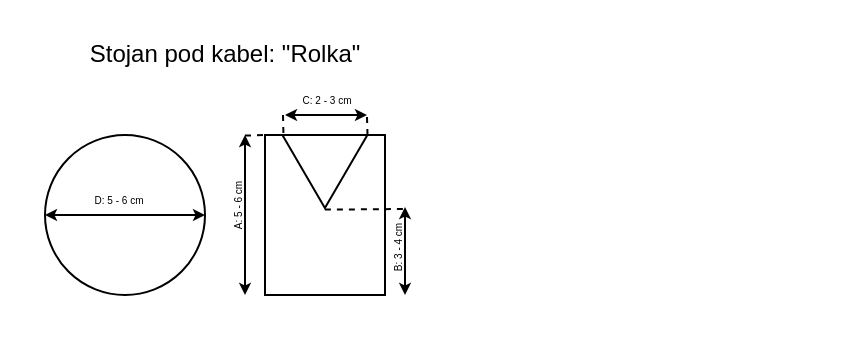
maniac0r/audio keeps this draw.io diagram as Cable_Elevator.drawio. Above is the earlier version. Source tidied: cells renumbered, new cells numbered last; positions are measured from the earlier drawing's top-left corner, leaving out a move shared by most shapes. Both pictures are drawn from the tidied source at 200%, with x=0, y=0 at pixel (44, 34).
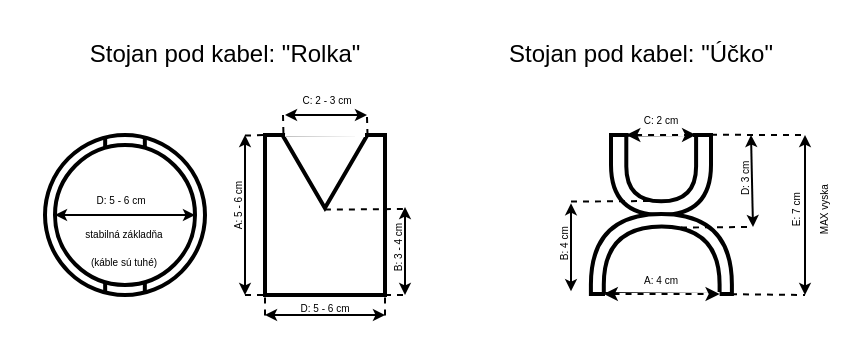
The same diagram, later.

What changed in the source:
```diff
@@
-    <mxCell id="2" style="ellipse;whiteSpace=wrap;html=1;" parent="1" vertex="1">
+    <mxCell id="2" value="&lt;font style=&quot;font-size: 5px&quot;&gt;&lt;br&gt;&lt;br&gt;stabilná základňa&lt;br&gt;&lt;/font&gt;&lt;font style=&quot;font-size: 5px&quot;&gt;(káble sú tuhé)&lt;/font&gt;" style="ellipse;whiteSpace=wrap;html=1;strokeWidth=2;" parent="1" vertex="1">
       <mxGeometry y="50" width="80" height="80" as="geometry" />
     </mxCell>
-    <mxCell id="3" style="rounded=0;whiteSpace=wrap;html=1;" parent="1" vertex="1">
+    <mxCell id="3" style="rounded=0;whiteSpace=wrap;html=1;strokeWidth=2;" parent="1" vertex="1">
       <mxGeometry x="110" y="50" width="60" height="80" as="geometry" />
     </mxCell>
-    <mxCell id="4" style="triangle;whiteSpace=wrap;html=1;rotation=90;" parent="1" vertex="1">
+    <mxCell id="4" style="triangle;whiteSpace=wrap;html=1;rotation=90;strokeWidth=2;" parent="1" vertex="1">
       <mxGeometry x="121.7" y="47" width="36.5" height="42.5" as="geometry" />
     </mxCell>
@@
-    <mxCell id="16" style="endArrow=classic;startArrow=classic;html=1;endSize=3;startSize=3;entryX=0;entryY=0.5;entryDx=0;entryDy=0;exitX=1;exitY=0.5;exitDx=0;exitDy=0;" parent="1" edge="1" source="2" target="2">
+    <mxCell id="16" style="endArrow=classic;startArrow=classic;html=1;endSize=3;startSize=3;exitX=1;exitY=0.5;exitDx=0;exitDy=0;entryX=0;entryY=0.5;entryDx=0;entryDy=0;" parent="1" edge="1" source="34" target="34">
       <mxGeometry relative="1" as="geometry" />
     </mxCell>
@@
+    <mxCell id="18" style="shape=delay;whiteSpace=wrap;html=1;rotation=90;strokeWidth=2;" parent="1" vertex="1">
+      <mxGeometry x="288" y="45" width="40" height="50" as="geometry" />
+    </mxCell>
+    <mxCell id="19" style="shape=delay;whiteSpace=wrap;html=1;rotation=-90;strokeWidth=2;" parent="1" vertex="1">
+      <mxGeometry x="288.2" y="74.3" width="40" height="70.5" as="geometry" />
+    </mxCell>
+    <mxCell id="20" style="shape=delay;whiteSpace=wrap;html=1;rotation=90;strokeWidth=2;" parent="1" vertex="1">
+      <mxGeometry x="291.5" y="49.1" width="33.2" height="34.9" as="geometry" />
+    </mxCell>
+    <mxCell id="21" style="shape=delay;whiteSpace=wrap;html=1;rotation=-90;strokeWidth=2;" parent="1" vertex="1">
+      <mxGeometry x="291.5" y="83.7" width="33.7" height="57.9" as="geometry" />
+    </mxCell>
+    <mxCell id="22" style="endArrow=none;dashed=1;html=1;exitX=1.022;exitY=0.5;exitDx=0;exitDy=0;exitPerimeter=0;" parent="1" edge="1">
+      <mxGeometry relative="1" as="geometry">
+        <mxPoint x="263" y="83.3" as="sourcePoint" />
+        <mxPoint x="303" y="83" as="targetPoint" />
+      </mxGeometry>
+    </mxCell>
+    <mxCell id="23" style="endArrow=classic;startArrow=classic;html=1;endSize=3;startSize=3;" parent="1" edge="1">
+      <mxGeometry relative="1" as="geometry">
+        <mxPoint x="263" y="128.1" as="sourcePoint" />
+        <mxPoint x="263" y="84.1" as="targetPoint" />
+      </mxGeometry>
+    </mxCell>
+    <mxCell id="24" value="&lt;font style=&quot;font-size: 5px&quot;&gt;B: 4 cm&lt;/font&gt;" style="edgeLabel;html=1;align=center;verticalAlign=middle;rotation=-90;labelBackgroundColor=none;" parent="23" vertex="1">
+      <mxGeometry x="0.14" relative="1" as="geometry">
+        <mxPoint x="-6" y="3" as="offset" />
+      </mxGeometry>
+    </mxCell>
+    <mxCell id="25" style="endArrow=classic;startArrow=classic;html=1;endSize=3;startSize=3;" parent="1" edge="1">
+      <mxGeometry relative="1" as="geometry">
+        <mxPoint x="354" y="96" as="sourcePoint" />
+        <mxPoint x="353" y="50" as="targetPoint" />
+      </mxGeometry>
+    </mxCell>
+    <mxCell id="26" value="&lt;font style=&quot;font-size: 5px&quot;&gt;D: 3 cm&lt;/font&gt;" style="edgeLabel;html=1;align=center;verticalAlign=middle;rotation=-90;labelBackgroundColor=none;" parent="25" vertex="1">
+      <mxGeometry x="0.14" relative="1" as="geometry">
+        <mxPoint x="-6" y="3" as="offset" />
+      </mxGeometry>
+    </mxCell>
+    <mxCell id="27" style="endArrow=none;dashed=1;html=1;exitX=1.022;exitY=0.5;exitDx=0;exitDy=0;exitPerimeter=0;" parent="1" edge="1">
+      <mxGeometry relative="1" as="geometry">
+        <mxPoint x="312" y="96.3" as="sourcePoint" />
+        <mxPoint x="352" y="96" as="targetPoint" />
+      </mxGeometry>
+    </mxCell>
+    <mxCell id="28" value="Stojan pod kabel: &quot;Účko&quot;" style="text;html=1;align=center;verticalAlign=middle;fillColor=none;strokeColor=none;rounded=0;labelBackgroundColor=none;" parent="1" vertex="1">
+      <mxGeometry x="223" width="150" height="20" as="geometry" />
+    </mxCell>
+    <mxCell id="29" style="endArrow=none;dashed=1;html=1;exitX=1.022;exitY=0.5;exitDx=0;exitDy=0;exitPerimeter=0;" parent="1" edge="1">
+      <mxGeometry relative="1" as="geometry">
+        <mxPoint x="333" y="49.9" as="sourcePoint" />
+        <mxPoint x="380" y="50" as="targetPoint" />
+      </mxGeometry>
+    </mxCell>
+    <mxCell id="30" style="endArrow=none;dashed=1;html=1;exitX=1.022;exitY=0.5;exitDx=0;exitDy=0;exitPerimeter=0;" parent="1" edge="1">
+      <mxGeometry relative="1" as="geometry">
+        <mxPoint x="343" y="129.6" as="sourcePoint" />
+        <mxPoint x="380" y="130" as="targetPoint" />
+      </mxGeometry>
+    </mxCell>
+    <mxCell id="31" style="endArrow=classic;startArrow=classic;html=1;endSize=3;startSize=3;" parent="1" edge="1">
+      <mxGeometry relative="1" as="geometry">
+        <mxPoint x="380" y="130" as="sourcePoint" />
+        <mxPoint x="380" y="50" as="targetPoint" />
+      </mxGeometry>
+    </mxCell>
+    <mxCell id="32" value="&lt;font style=&quot;font-size: 5px&quot;&gt;E: 7 cm&lt;br&gt;MAX vyska&lt;br&gt;&lt;/font&gt;" style="edgeLabel;html=1;align=center;verticalAlign=middle;rotation=-90;labelBackgroundColor=none;" parent="31" vertex="1">
+      <mxGeometry x="0.14" relative="1" as="geometry">
+        <mxPoint y="5.1" as="offset" />
+      </mxGeometry>
+    </mxCell>
+    <mxCell id="33" style="endArrow=none;dashed=1;html=1;entryX=0;entryY=1;entryDx=0;entryDy=0;" parent="1" edge="1" target="3">
+      <mxGeometry relative="1" as="geometry">
+        <mxPoint x="100" y="130" as="sourcePoint" />
+      </mxGeometry>
+    </mxCell>
+    <mxCell id="34" style="ellipse;whiteSpace=wrap;html=1;fillColor=none;strokeWidth=2;" parent="1" vertex="1">
+      <mxGeometry x="5" y="55" width="70" height="70" as="geometry" />
+    </mxCell>
+    <mxCell id="35" style="edgeStyle=orthogonalEdgeStyle;rounded=0;orthogonalLoop=1;jettySize=auto;html=1;exitX=0.5;exitY=0;exitDx=0;exitDy=0;entryX=0.5;entryY=0;entryDx=0;entryDy=0;shape=link;width=18.837209302325583;strokeWidth=2;" parent="1" edge="1">
+      <mxGeometry relative="1" as="geometry">
+        <mxPoint x="40" y="129" as="sourcePoint" />
+        <mxPoint x="40" y="124" as="targetPoint" />
+      </mxGeometry>
+    </mxCell>
+    <mxCell id="36" style="edgeStyle=orthogonalEdgeStyle;rounded=0;orthogonalLoop=1;jettySize=auto;html=1;exitX=0.5;exitY=0;exitDx=0;exitDy=0;entryX=0.5;entryY=0;entryDx=0;entryDy=0;shape=link;width=18.837209302325583;strokeWidth=2;" parent="1" edge="1">
+      <mxGeometry relative="1" as="geometry">
+        <mxPoint x="40" y="56" as="sourcePoint" />
+        <mxPoint x="40" y="51" as="targetPoint" />
+      </mxGeometry>
+    </mxCell>
+    <mxCell id="37" style="endArrow=classic;startArrow=classic;html=1;endSize=3;startSize=3;" parent="1" edge="1">
+      <mxGeometry relative="1" as="geometry">
+        <mxPoint x="170" y="140" as="sourcePoint" />
+        <mxPoint x="110" y="140" as="targetPoint" />
+      </mxGeometry>
+    </mxCell>
+    <mxCell id="38" value="&lt;font style=&quot;font-size: 5px&quot;&gt;D: 5 - 6 cm&lt;/font&gt;" style="edgeLabel;html=1;align=center;verticalAlign=middle;rotation=0;labelBackgroundColor=none;" parent="37" vertex="1">
+      <mxGeometry x="0.14" relative="1" as="geometry">
+        <mxPoint x="3.4" y="-6" as="offset" />
+      </mxGeometry>
+    </mxCell>
+    <mxCell id="39" style="endArrow=none;dashed=1;html=1;entryX=0;entryY=1;entryDx=0;entryDy=0;" parent="1" edge="1" target="3">
+      <mxGeometry relative="1" as="geometry">
+        <mxPoint x="110" y="140.2" as="sourcePoint" />
+      </mxGeometry>
+    </mxCell>
+    <mxCell id="40" style="endArrow=none;dashed=1;html=1;entryX=0;entryY=1;entryDx=0;entryDy=0;" parent="1" edge="1">
+      <mxGeometry relative="1" as="geometry">
+        <mxPoint x="170" y="140.2" as="sourcePoint" />
+        <mxPoint x="170" y="130" as="targetPoint" />
+      </mxGeometry>
+    </mxCell>
+    <mxCell id="41" style="endArrow=none;dashed=1;html=1;entryX=0;entryY=1;entryDx=0;entryDy=0;" parent="1" edge="1">
+      <mxGeometry relative="1" as="geometry">
+        <mxPoint x="170" y="130" as="sourcePoint" />
+        <mxPoint x="180" y="130" as="targetPoint" />
+      </mxGeometry>
+    </mxCell>
+    <mxCell id="42" style="endArrow=none;html=1;strokeWidth=2;exitX=-0.005;exitY=0.969;exitDx=0;exitDy=0;exitPerimeter=0;strokeColor=#FFFFFF;" parent="1" edge="1" source="4">
+      <mxGeometry relative="1" as="geometry">
+        <mxPoint x="160" y="50" as="targetPoint" />
+      </mxGeometry>
+    </mxCell>
+    <mxCell id="43" style="endArrow=none;html=1;strokeColor=#FFFFFF;strokeWidth=2;exitX=-0.006;exitY=0.966;exitDx=0;exitDy=0;exitPerimeter=0;" parent="1" edge="1" source="20">
+      <mxGeometry relative="1" as="geometry">
+        <mxPoint x="324" y="50" as="targetPoint" />
+      </mxGeometry>
+    </mxCell>
+    <mxCell id="44" style="endArrow=classic;startArrow=classic;html=1;exitX=0;exitY=1;exitDx=0;exitDy=0;endSize=4;startSize=4;entryX=0;entryY=0;entryDx=0;entryDy=0;dashed=1;" parent="1" edge="1" source="20" target="20">
+      <mxGeometry relative="1" as="geometry" />
+    </mxCell>
+    <mxCell id="45" value="&lt;font style=&quot;font-size: 5px&quot;&gt;C: 2 cm&lt;/font&gt;" style="edgeLabel;html=1;align=center;verticalAlign=middle;" parent="44" vertex="1">
+      <mxGeometry x="-0.07" y="1" relative="1" as="geometry">
+        <mxPoint x="1.3" y="-8.5" as="offset" />
+      </mxGeometry>
+    </mxCell>
+    <mxCell id="46" style="endArrow=none;html=1;strokeColor=#FFFFFF;strokeWidth=2;entryX=0;entryY=1;entryDx=0;entryDy=0;" parent="1" edge="1" target="21">
+      <mxGeometry relative="1" as="geometry">
+        <mxPoint x="280" y="130" as="sourcePoint" />
+      </mxGeometry>
+    </mxCell>
+    <mxCell id="47" style="endArrow=classic;startArrow=classic;html=1;entryX=0;entryY=1;entryDx=0;entryDy=0;exitX=0;exitY=0;exitDx=0;exitDy=0;endSize=4;startSize=4;dashed=1;" parent="1" edge="1" source="21" target="21">
+      <mxGeometry relative="1" as="geometry" />
+    </mxCell>
+    <mxCell id="48" value="&lt;font style=&quot;font-size: 5px&quot;&gt;A: 4 cm&lt;/font&gt;" style="edgeLabel;html=1;align=center;verticalAlign=middle;" parent="47" vertex="1">
+      <mxGeometry x="-0.07" y="1" relative="1" as="geometry">
+        <mxPoint x="1.3" y="-8.5" as="offset" />
+      </mxGeometry>
+    </mxCell>
```
